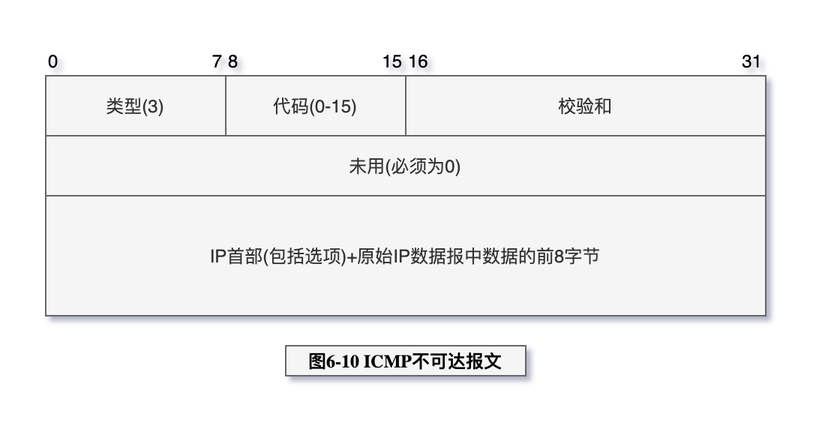
Earlier version of the draw.io export tcp-ip/TCP-IP-详解-卷1/images/TCP-IP-6-10.png (web1992/read). Source tidied: cells renumbered, new cells last; positions are measured from the earlier drawing's top-left corner, leaving out a move shared by most shapes.
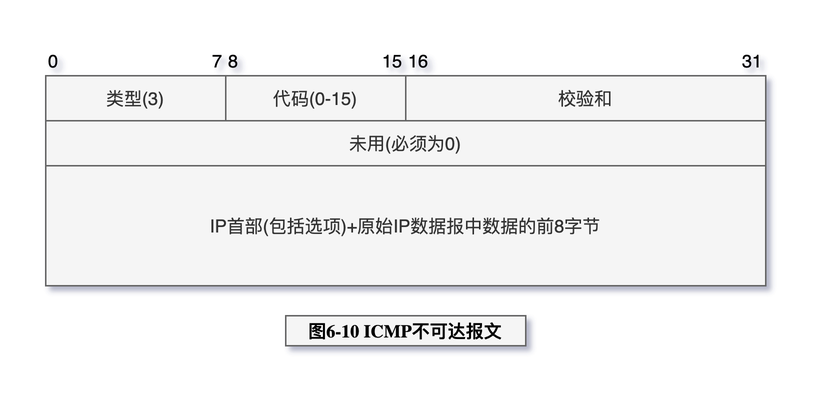
The same diagram one commit later.

Change to the diagram source:
```diff
@@ -3,25 +3,22 @@
     <mxCell id="0" />
     <mxCell id="1" parent="0" />
     <mxCell id="2" value="&lt;p class=&quot;p1&quot; style=&quot;margin: 0px ; font-stretch: normal ; font-size: 9px ; line-height: normal ; font-family: &amp;#34;times&amp;#34;&quot;&gt;&lt;font color=&quot;#000000&quot; style=&quot;font-size: 12px&quot;&gt;&lt;b&gt;&lt;span class=&quot;s1&quot; style=&quot;font-stretch: normal ; line-height: normal ; font-family: &amp;#34;helvetica&amp;#34;&quot;&gt;图&lt;/span&gt;6-10 ICMP&lt;span class=&quot;s1&quot; style=&quot;font-stretch: normal ; line-height: normal ; font-family: &amp;#34;helvetica&amp;#34;&quot;&gt;不可达报文&lt;/span&gt;&lt;/b&gt;&lt;/font&gt;&lt;/p&gt;" style="text;html=1;strokeColor=#666666;fillColor=#f5f5f5;align=center;verticalAlign=middle;whiteSpace=wrap;rounded=0;labelBackgroundColor=none;fontColor=#333333;" parent="1" vertex="1">
-      <mxGeometry x="160" y="200" width="160" height="20" as="geometry" />
+      <mxGeometry x="160" y="180" width="160" height="20" as="geometry" />
     </mxCell>
     <mxCell id="3" value="类型(3)" style="rounded=0;whiteSpace=wrap;html=1;labelBackgroundColor=none;fontColor=#333333;fillColor=#f5f5f5;strokeColor=#666666;" parent="1" vertex="1">
-      <mxGeometry y="20" width="120" height="40" as="geometry" />
+      <mxGeometry y="20" width="120" height="30" as="geometry" />
     </mxCell>
     <mxCell id="4" value="代码(0-15)" style="rounded=0;whiteSpace=wrap;html=1;labelBackgroundColor=none;fontColor=#333333;fillColor=#f5f5f5;strokeColor=#666666;" parent="1" vertex="1">
-      <mxGeometry x="120" y="20" width="120" height="40" as="geometry" />
+      <mxGeometry x="120" y="20" width="120" height="30" as="geometry" />
     </mxCell>
-    <mxCell id="5" style="rounded=0;whiteSpace=wrap;html=1;labelBackgroundColor=none;fontColor=#333333;fillColor=#f5f5f5;strokeColor=#666666;" parent="1" vertex="1">
-      <mxGeometry x="240" y="20" width="240" height="40" as="geometry" />
-    </mxCell>
     <mxCell id="6" value="校验和" style="rounded=0;whiteSpace=wrap;html=1;labelBackgroundColor=none;fontColor=#333333;fillColor=#f5f5f5;strokeColor=#666666;" parent="1" vertex="1">
-      <mxGeometry x="240" y="20" width="240" height="40" as="geometry" />
+      <mxGeometry x="240" y="20" width="240" height="30" as="geometry" />
     </mxCell>
     <mxCell id="7" value="未用(必须为0)" style="rounded=0;whiteSpace=wrap;html=1;labelBackgroundColor=none;fontColor=#333333;fillColor=#f5f5f5;strokeColor=#666666;" parent="1" vertex="1">
-      <mxGeometry y="60" width="480" height="40" as="geometry" />
+      <mxGeometry y="50" width="480" height="30" as="geometry" />
     </mxCell>
     <mxCell id="8" value="IP首部(包括选项)+原始IP数据报中数据的前8字节" style="rounded=0;whiteSpace=wrap;html=1;labelBackgroundColor=none;fontColor=#333333;fillColor=#f5f5f5;strokeColor=#666666;" parent="1" vertex="1">
-      <mxGeometry y="100" width="480" height="80" as="geometry" />
+      <mxGeometry y="80" width="480" height="80" as="geometry" />
     </mxCell>
     <mxCell id="9" value="0" style="text;html=1;strokeColor=none;fillColor=none;align=left;verticalAlign=middle;whiteSpace=wrap;rounded=0;labelBackgroundColor=none;fontColor=#000000;" parent="1" vertex="1">
       <mxGeometry width="40" height="20" as="geometry" />
```
